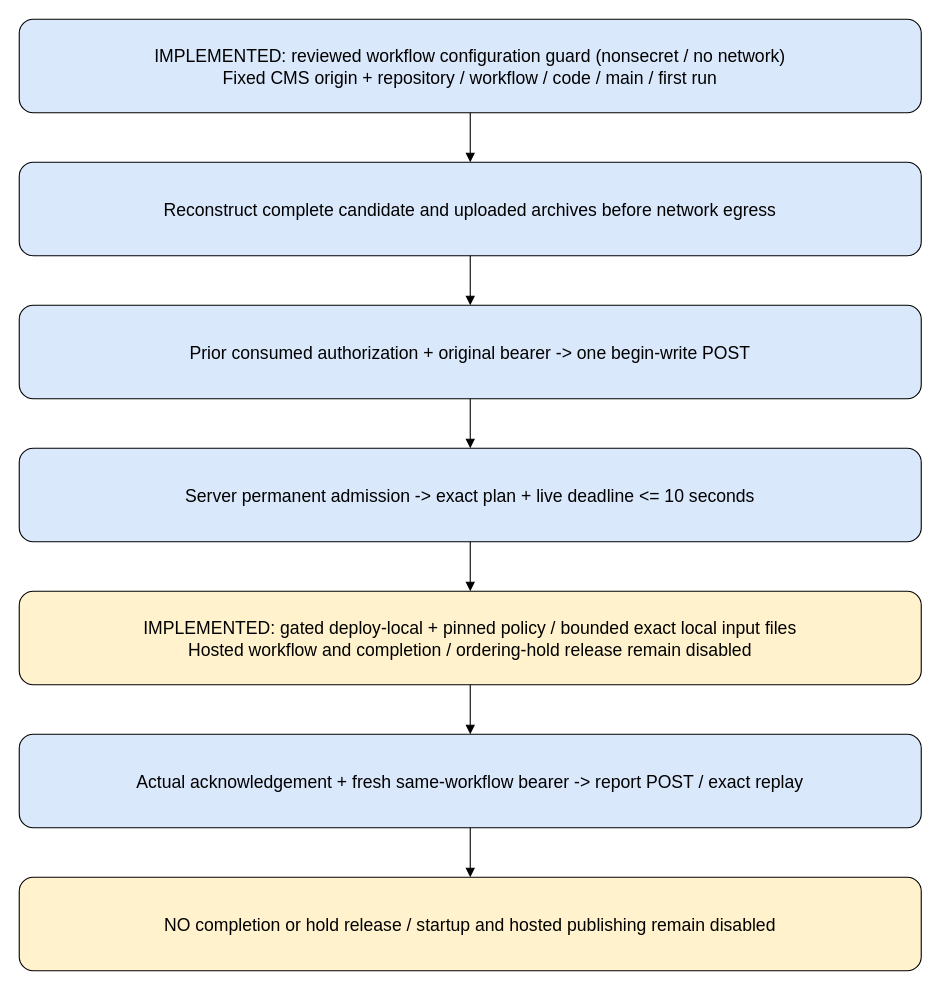
Earlier version of the draw.io diagram docs/diagrams/receiver-client-exchange.drawio (devalltect00/devalltect00.github.io). Source tidied: cells renumbered, new cells numbered last; positions are measured from the earlier drawing's top-left corner, leaving out a move shared by most shapes. Both pictures are drawn from the tidied source at 110%, with x=0, y=0 at pixel (19, 19).
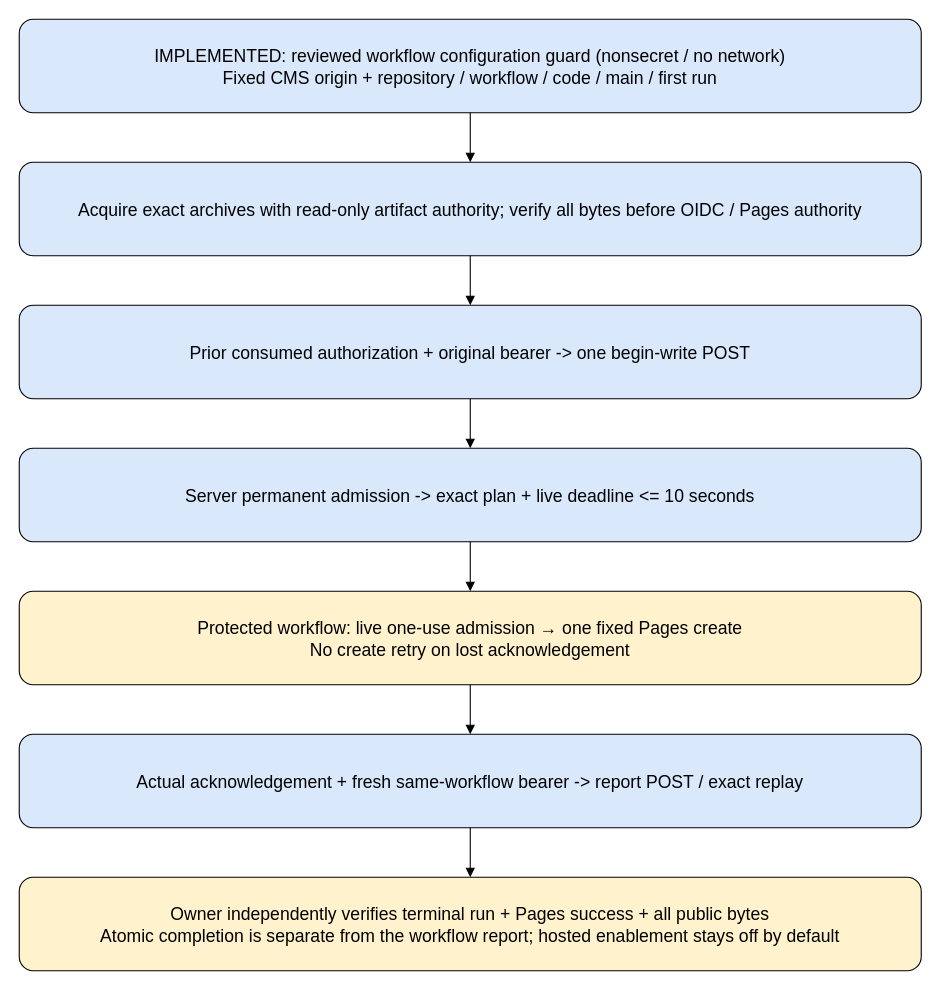
The same diagram, later.

Diff of the diagram source:
```diff
@@
 <mxGraphModel>
   <root>
     <mxCell id="0" />
     <mxCell id="1" parent="0" />
     <mxCell id="2" value="IMPLEMENTED: reviewed workflow configuration guard (nonsecret / no network)&#10;Fixed CMS origin + repository / workflow / code / main / first run" style="rounded=1;whiteSpace=wrap;html=1;fillColor=#dae8fc;fontSize=16;" parent="1" vertex="1">
       <mxGeometry width="820" height="85" as="geometry" />
     </mxCell>
-    <mxCell id="3" value="Reconstruct complete candidate and uploaded archives before network egress" style="rounded=1;whiteSpace=wrap;html=1;fillColor=#dae8fc;fontSize=16;" parent="1" vertex="1">
+    <mxCell id="3" value="Acquire exact archives with read-only artifact authority; verify all bytes before OIDC / Pages authority" style="rounded=1;whiteSpace=wrap;html=1;fillColor=#dae8fc;fontSize=16;" parent="1" vertex="1">
       <mxGeometry y="130" width="820" height="85" as="geometry" />
     </mxCell>
     <mxCell id="4" style="endArrow=block;" parent="1" edge="1" source="2" target="3">
       <mxGeometry relative="1" as="geometry" />
     </mxCell>
     <mxCell id="5" value="Prior consumed authorization + original bearer -&gt; one begin-write POST" style="rounded=1;whiteSpace=wrap;html=1;fillColor=#dae8fc;fontSize=16;" parent="1" vertex="1">
       <mxGeometry y="260" width="820" height="85" as="geometry" />
     </mxCell>
     <mxCell id="6" style="endArrow=block;" parent="1" edge="1" source="3" target="5">
       <mxGeometry relative="1" as="geometry" />
     </mxCell>
     <mxCell id="7" value="Server permanent admission -&gt; exact plan + live deadline &lt;= 10 seconds" style="rounded=1;whiteSpace=wrap;html=1;fillColor=#dae8fc;fontSize=16;" parent="1" vertex="1">
       <mxGeometry y="390" width="820" height="85" as="geometry" />
     </mxCell>
     <mxCell id="8" style="endArrow=block;" parent="1" edge="1" source="5" target="7">
       <mxGeometry relative="1" as="geometry" />
     </mxCell>
-    <mxCell id="9" value="IMPLEMENTED: gated deploy-local + pinned policy / bounded exact local input files&#10;Hosted workflow and completion / ordering-hold release remain disabled" style="rounded=1;whiteSpace=wrap;html=1;fillColor=#fff2cc;fontSize=16;" parent="1" vertex="1">
+    <mxCell id="9" value="Protected workflow: live one-use admission → one fixed Pages create&#10;No create retry on lost acknowledgement" style="rounded=1;whiteSpace=wrap;html=1;fillColor=#fff2cc;fontSize=16;" parent="1" vertex="1">
       <mxGeometry y="520" width="820" height="85" as="geometry" />
     </mxCell>
     <mxCell id="10" style="endArrow=block;" parent="1" edge="1" source="7" target="9">
       <mxGeometry relative="1" as="geometry" />
     </mxCell>
     <mxCell id="11" value="Actual acknowledgement + fresh same-workflow bearer -&gt; report POST / exact replay" style="rounded=1;whiteSpace=wrap;html=1;fillColor=#dae8fc;fontSize=16;" parent="1" vertex="1">
       <mxGeometry y="650" width="820" height="85" as="geometry" />
     </mxCell>
     <mxCell id="12" style="endArrow=block;" parent="1" edge="1" source="9" target="11">
       <mxGeometry relative="1" as="geometry" />
     </mxCell>
-    <mxCell id="13" value="NO completion or hold release / startup and hosted publishing remain disabled" style="rounded=1;whiteSpace=wrap;html=1;fillColor=#fff2cc;fontSize=16;" parent="1" vertex="1">
+    <mxCell id="13" value="Owner independently verifies terminal run + Pages success + all public bytes&#10;Atomic completion is separate from the workflow report; hosted enablement stays off by default" style="rounded=1;whiteSpace=wrap;html=1;fillColor=#fff2cc;fontSize=16;" parent="1" vertex="1">
       <mxGeometry y="780" width="820" height="85" as="geometry" />
     </mxCell>
     <mxCell id="14" style="endArrow=block;" parent="1" edge="1" source="11" target="13">
       <mxGeometry relative="1" as="geometry" />
     </mxCell>
   </root>
 </mxGraphModel>
```
